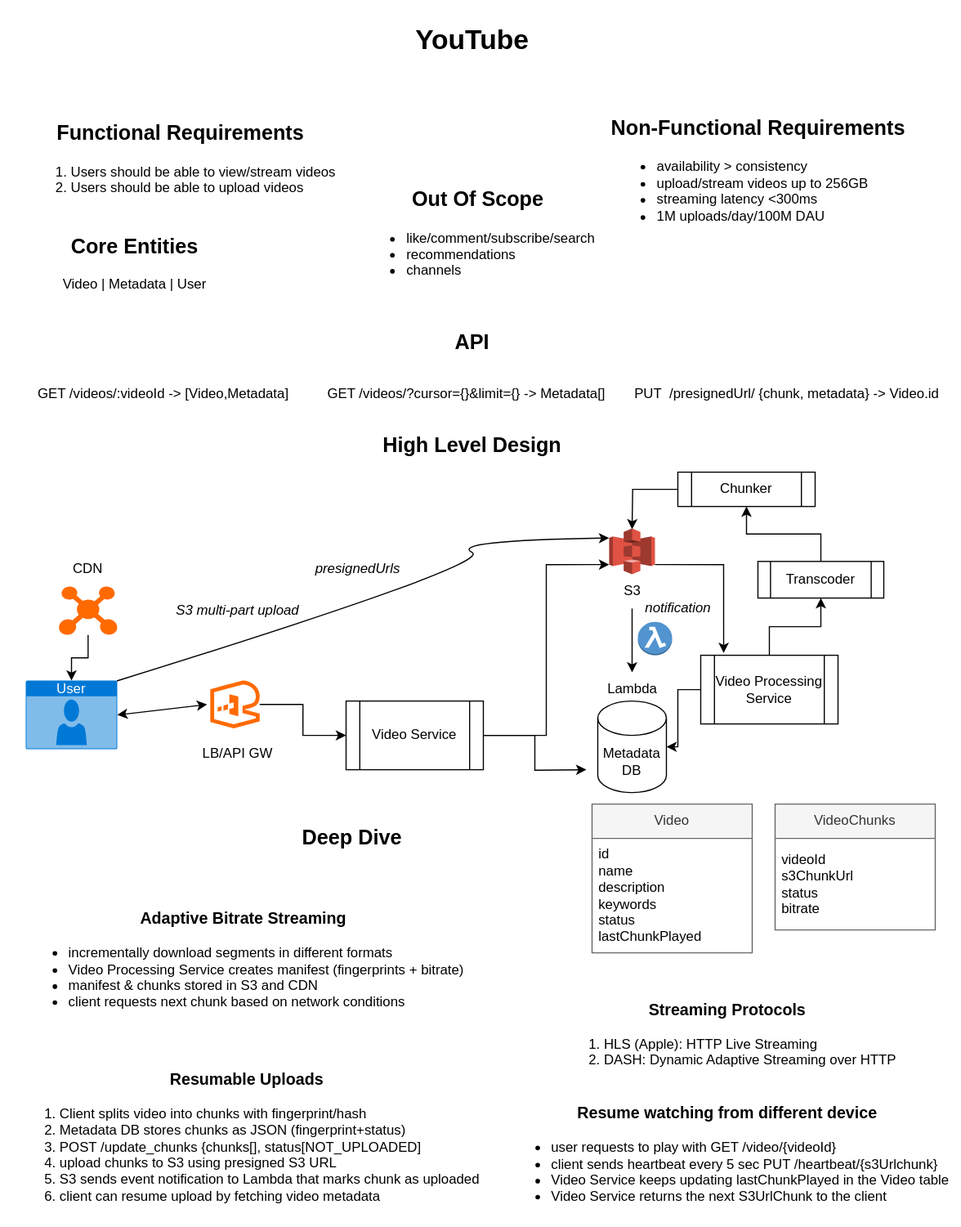
Earlier version of the draw.io export youtube.drawio.svg (benjiaming/system-design). Source tidied: cells renumbered, new cells last; positions are measured from the earlier drawing's top-left corner, leaving out a move shared by most shapes.
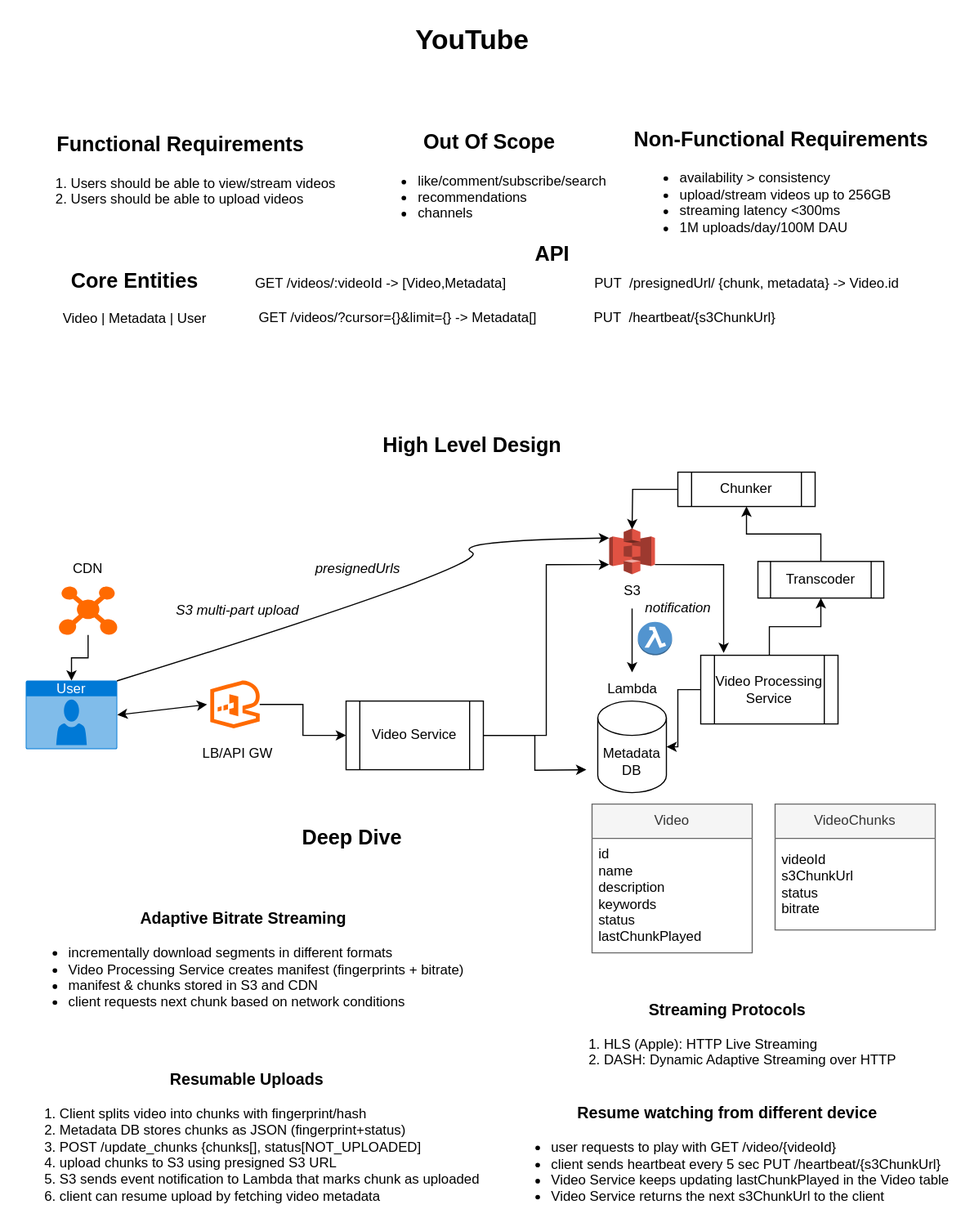
Later version of the same file.

Change to the diagram source:
```diff
@@ -6,28 +6,28 @@
       <mxGeometry x="352" width="120" height="70" as="geometry" />
     </mxCell>
     <mxCell id="3" value="&lt;h2&gt;Functional Requirements&lt;/h2&gt;&lt;div&gt;&lt;ol&gt;&lt;li style=&quot;text-align: left;&quot;&gt;Users should be able to view/stream videos&lt;/li&gt;&lt;li style=&quot;text-align: left;&quot;&gt;Users should be able to upload videos&lt;/li&gt;&lt;/ol&gt;&lt;/div&gt;" style="text;html=1;align=center;verticalAlign=middle;strokeColor=none;fillColor=none;" parent="1" vertex="1">
-      <mxGeometry x="12" y="82" width="290" height="110" as="geometry" />
+      <mxGeometry x="12" y="92" width="290" height="110" as="geometry" />
     </mxCell>
     <mxCell id="4" value="&lt;h2&gt;Non-Functional Requirements&lt;/h2&gt;&lt;div&gt;&lt;ul&gt;&lt;li style=&quot;text-align: left;&quot;&gt;availability &amp;gt; consistency&lt;/li&gt;&lt;li style=&quot;text-align: left;&quot;&gt;upload/stream videos up to 256GB&lt;/li&gt;&lt;li style=&quot;text-align: left;&quot;&gt;streaming latency &amp;lt;300ms&lt;/li&gt;&lt;li style=&quot;text-align: left;&quot;&gt;1M uploads/day/100M DAU&lt;/li&gt;&lt;/ul&gt;&lt;/div&gt;" style="text;html=1;align=center;verticalAlign=middle;strokeColor=none;fillColor=none;" parent="1" vertex="1">
-      <mxGeometry x="522" y="82" width="280" height="130" as="geometry" />
+      <mxGeometry x="542" y="92" width="280" height="130" as="geometry" />
     </mxCell>
     <mxCell id="5" value="&lt;h2&gt;Out Of Scope&lt;/h2&gt;&lt;div&gt;&lt;ul&gt;&lt;li style=&quot;text-align: left;&quot;&gt;like/comment/subscribe/search&lt;/li&gt;&lt;li style=&quot;text-align: left;&quot;&gt;recommendations&lt;/li&gt;&lt;li style=&quot;text-align: left;&quot;&gt;channels&lt;/li&gt;&lt;/ul&gt;&lt;/div&gt;" style="text;html=1;align=center;verticalAlign=middle;strokeColor=none;fillColor=none;" parent="1" vertex="1">
-      <mxGeometry x="302" y="142" width="230" height="120" as="geometry" />
+      <mxGeometry x="312" y="92" width="230" height="120" as="geometry" />
     </mxCell>
     <mxCell id="6" value="&lt;h2&gt;Core Entities&lt;/h2&gt;&lt;div&gt;Video | Metadata | User&lt;/div&gt;" style="text;html=1;align=center;verticalAlign=middle;strokeColor=none;fillColor=none;" parent="1" vertex="1">
-      <mxGeometry x="42" y="182" width="150" height="80" as="geometry" />
+      <mxGeometry x="42" y="212" width="150" height="80" as="geometry" />
     </mxCell>
     <mxCell id="7" value="&lt;h2&gt;API&lt;/h2&gt;" style="text;html=1;align=center;verticalAlign=middle;strokeColor=none;fillColor=none;" parent="1" vertex="1">
-      <mxGeometry x="387" y="269" width="50" height="60" as="geometry" />
+      <mxGeometry x="457" y="192" width="50" height="60" as="geometry" />
     </mxCell>
     <mxCell id="8" value="GET /videos/:videoId -&amp;gt; [Video,Metadata]" style="text;html=1;align=center;verticalAlign=middle;strokeColor=none;fillColor=none;" parent="1" vertex="1">
-      <mxGeometry x="22" y="329" width="240" height="30" as="geometry" />
+      <mxGeometry x="212" y="232" width="240" height="30" as="geometry" />
     </mxCell>
     <mxCell id="9" value="GET /videos/?cursor={}&amp;amp;limit={} -&amp;gt; Metadata[]" style="text;html=1;align=center;verticalAlign=middle;strokeColor=none;fillColor=none;" parent="1" vertex="1">
-      <mxGeometry x="272" y="329" width="270" height="30" as="geometry" />
+      <mxGeometry x="212" y="262" width="270" height="30" as="geometry" />
     </mxCell>
     <mxCell id="10" value="PUT&amp;nbsp; /presignedUrl/ {chunk, metadata} -&amp;gt; Video.id" style="text;html=1;align=center;verticalAlign=middle;strokeColor=none;fillColor=none;" parent="1" vertex="1">
-      <mxGeometry x="542" y="329" width="290" height="30" as="geometry" />
+      <mxGeometry x="507" y="232" width="290" height="30" as="geometry" />
     </mxCell>
     <mxCell id="11" value="&lt;h2&gt;High Level Design&lt;/h2&gt;" style="text;html=1;align=center;verticalAlign=middle;strokeColor=none;fillColor=none;" parent="1" vertex="1">
       <mxGeometry x="322" y="359" width="180" height="60" as="geometry" />
@@ -154,8 +154,11 @@
     <mxCell id="48" value="&lt;h3&gt;Resumable Uploads&lt;/h3&gt;&lt;div&gt;&lt;ol&gt;&lt;li style=&quot;text-align: left;&quot;&gt;&lt;span style=&quot;background-color: transparent; color: light-dark(rgb(0, 0, 0), rgb(255, 255, 255));&quot;&gt;Client splits video into chunks with fingerprint/hash&lt;/span&gt;&lt;/li&gt;&lt;li style=&quot;text-align: left;&quot;&gt;&lt;span style=&quot;background-color: transparent; color: light-dark(rgb(0, 0, 0), rgb(255, 255, 255));&quot;&gt;Metadata DB stores chunks as JSON (fingerprint+status)&lt;/span&gt;&lt;/li&gt;&lt;li style=&quot;text-align: left;&quot;&gt;&lt;span style=&quot;background-color: transparent; color: light-dark(rgb(0, 0, 0), rgb(255, 255, 255));&quot;&gt;POST /update_chunks {chunks[], status[NOT_UPLOADED]&lt;/span&gt;&lt;/li&gt;&lt;li style=&quot;text-align: left;&quot;&gt;&lt;span style=&quot;background-color: transparent; color: light-dark(rgb(0, 0, 0), rgb(255, 255, 255));&quot;&gt;upload chunks to S3 using presigned S3 URL&amp;nbsp;&lt;/span&gt;&lt;/li&gt;&lt;li style=&quot;text-align: left;&quot;&gt;&lt;span style=&quot;background-color: transparent; color: light-dark(rgb(0, 0, 0), rgb(255, 255, 255));&quot;&gt;S3 sends event notification to Lambda that marks chunk as uploaded&lt;/span&gt;&lt;/li&gt;&lt;li style=&quot;text-align: left;&quot;&gt;&lt;span style=&quot;background-color: transparent; color: light-dark(rgb(0, 0, 0), rgb(255, 255, 255));&quot;&gt;client can resume upload by fetching video metadata&lt;/span&gt;&lt;/li&gt;&lt;/ol&gt;&lt;/div&gt;" style="text;html=1;align=center;verticalAlign=middle;strokeColor=none;fillColor=none;" parent="1" vertex="1">
       <mxGeometry x="-0.1" y="912" width="430" height="160" as="geometry" />
     </mxCell>
-    <mxCell id="49" value="&lt;h3&gt;Resume watching from different device&lt;/h3&gt;&lt;div style=&quot;text-align: left;&quot;&gt;&lt;ul&gt;&lt;li&gt;user requests to play with GET /video/{videoId}&lt;/li&gt;&lt;li&gt;client sends heartbeat every 5 sec PUT /heartbeat/{s3Urlchunk}&lt;/li&gt;&lt;li&gt;Video Service keeps updating lastChunkPlayed in the Video table&lt;/li&gt;&lt;li&gt;Video Service returns the next S3UrlChunk to the client&lt;/li&gt;&lt;/ul&gt;&lt;/div&gt;" style="text;html=1;align=center;verticalAlign=middle;strokeColor=none;fillColor=none;" parent="1" vertex="1">
+    <mxCell id="49" value="&lt;h3&gt;Resume watching from different device&lt;/h3&gt;&lt;div style=&quot;text-align: left;&quot;&gt;&lt;ul&gt;&lt;li&gt;user requests to play with GET /video/{videoId}&lt;/li&gt;&lt;li&gt;client sends heartbeat every 5 sec PUT /heartbeat/{s3ChunkUrl}&lt;/li&gt;&lt;li&gt;Video Service keeps updating lastChunkPlayed in the Video table&lt;/li&gt;&lt;li&gt;Video Service returns the next s3ChunkUrl to the client&lt;/li&gt;&lt;/ul&gt;&lt;/div&gt;" style="text;html=1;align=center;verticalAlign=middle;strokeColor=none;fillColor=none;" parent="1" vertex="1">
       <mxGeometry x="429.9" y="942" width="410" height="130" as="geometry" />
     </mxCell>
+    <mxCell id="50" value="PUT&amp;nbsp; /heartbeat/{s3ChunkUrl}" style="text;html=1;align=left;verticalAlign=middle;strokeColor=none;fillColor=none;" parent="1" vertex="1">
+      <mxGeometry x="517" y="262" width="180" height="30" as="geometry" />
+    </mxCell>
   </root>
 </mxGraphModel>
```
